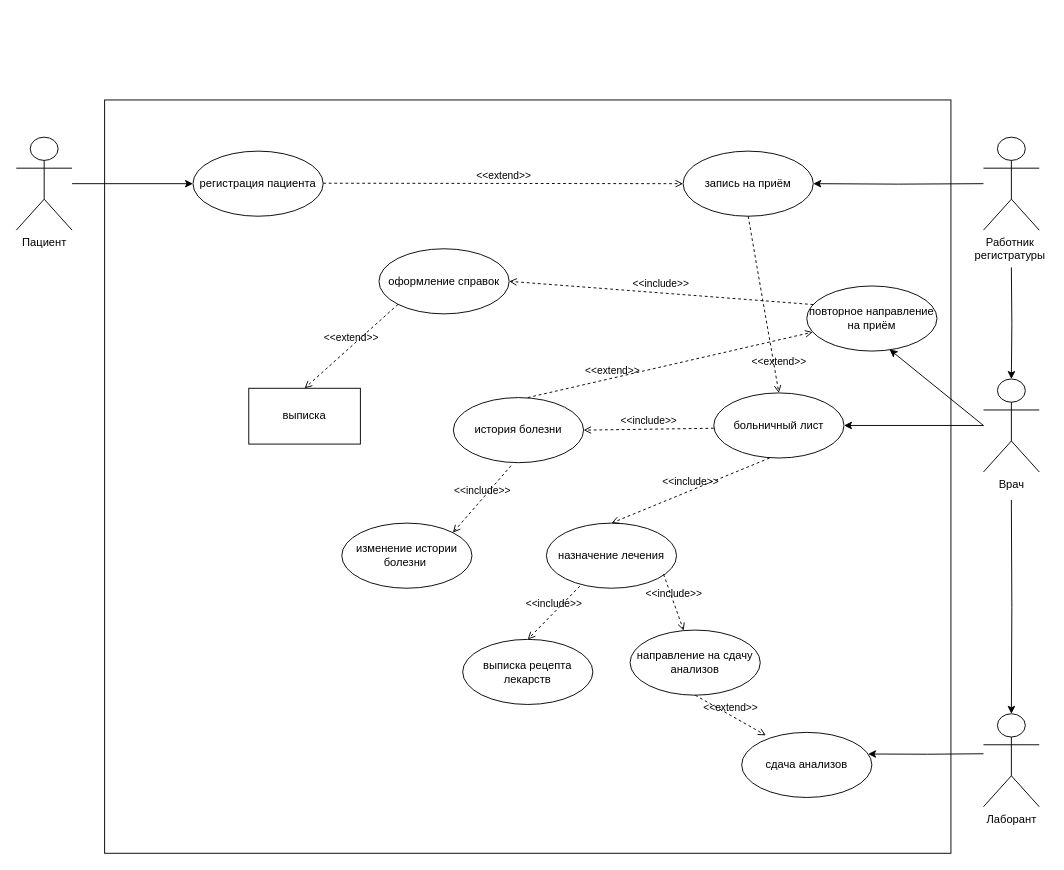
zzubkovaaa/use_case keeps this draw.io diagram as predm_polik.drawio. Above is the earlier version. Source tidied: cells renumbered, new cells numbered last; positions are measured from the earlier drawing's top-left corner, leaving out a move shared by most shapes. Both pictures are drawn from the tidied source at 93%, with x=0, y=0 at pixel (16, 100).
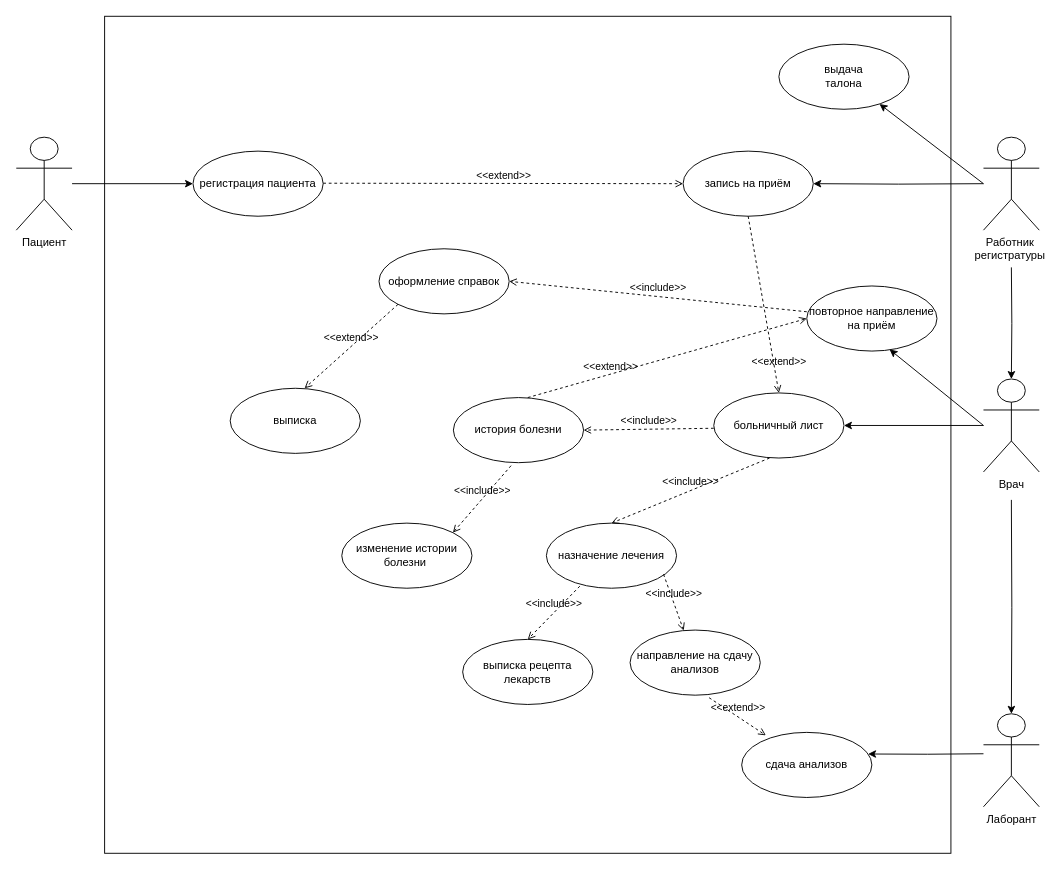
Above is the later version.

Unchanged cells that the change refers to:
```xml
<mxCell id="12" value="направление на сдачу анализов" style="ellipse;whiteSpace=wrap;html=1;" parent="1" vertex="1">
  <mxGeometry x="660" y="570" width="140" height="70" as="geometry" />
</mxCell>
<mxCell id="13" value="сдача анализов" style="ellipse;whiteSpace=wrap;html=1;" parent="1" vertex="1">
  <mxGeometry x="780" y="680" width="140" height="70" as="geometry" />
</mxCell>
<mxCell id="17" value="оформление справок" style="ellipse;whiteSpace=wrap;html=1;" parent="1" vertex="1">
  <mxGeometry x="390" y="160" width="140" height="70" as="geometry" />
</mxCell>
<mxCell id="31" value="повторное направление на приём" style="ellipse;whiteSpace=wrap;html=1;" parent="1" vertex="1">
  <mxGeometry x="850" y="200" width="140" height="70" as="geometry" />
</mxCell>
```

Diff of the diagram source:
```diff
@@
     <mxCell id="2" style="rounded=0;whiteSpace=wrap;html=1;" parent="1" vertex="1">
-      <mxGeometry x="95" width="910" height="810" as="geometry" />
+      <mxGeometry x="95" y="-90" width="910" height="900" as="geometry" />
     </mxCell>
@@
-    <mxCell id="30" value="&amp;lt;&amp;lt;extend&amp;gt;&amp;gt;" style="html=1;verticalAlign=bottom;labelBackgroundColor=none;endArrow=open;endFill=0;dashed=1;rounded=0;entryX=0.186;entryY=0.046;entryDx=0;entryDy=0;entryPerimeter=0;exitX=0.5;exitY=1;exitDx=0;exitDy=0;" parent="1" edge="1" source="12" target="13">
+    <mxCell id="30" value="&amp;lt;&amp;lt;extend&amp;gt;&amp;gt;" style="html=1;verticalAlign=bottom;labelBackgroundColor=none;endArrow=open;endFill=0;dashed=1;rounded=0;entryX=0.186;entryY=0.046;entryDx=0;entryDy=0;entryPerimeter=0;exitX=0.607;exitY=1.039;exitDx=0;exitDy=0;exitPerimeter=0;" parent="1" edge="1" source="12" target="13">
       <mxGeometry relative="1" as="geometry" />
     </mxCell>
@@
-    <mxCell id="33" value="&amp;lt;&amp;lt;extend&amp;gt;&amp;gt;" style="html=1;verticalAlign=bottom;labelBackgroundColor=none;endArrow=open;endFill=0;dashed=1;rounded=0;" parent="1" edge="1" target="31">
+    <mxCell id="33" value="&amp;lt;&amp;lt;extend&amp;gt;&amp;gt;" style="html=1;verticalAlign=bottom;labelBackgroundColor=none;endArrow=open;endFill=0;dashed=1;rounded=0;entryX=0;entryY=0.5;entryDx=0;entryDy=0;" parent="1" edge="1" target="31">
       <mxGeometry x="-0.41" y="-1" relative="1" as="geometry">
         <mxPoint x="550" y="320" as="sourcePoint" />
       </mxGeometry>
     </mxCell>
-    <mxCell id="34" value="&amp;lt;&amp;lt;include&amp;gt;&amp;gt;" style="html=1;verticalAlign=bottom;labelBackgroundColor=none;endArrow=open;endFill=0;dashed=1;rounded=0;entryX=1;entryY=0.5;entryDx=0;entryDy=0;" parent="1" edge="1" target="17">
-      <mxGeometry relative="1" as="geometry">
-        <mxPoint x="857" y="220" as="sourcePoint" />
-      </mxGeometry>
+    <mxCell id="34" value="&amp;lt;&amp;lt;include&amp;gt;&amp;gt;" style="html=1;verticalAlign=bottom;labelBackgroundColor=none;endArrow=open;endFill=0;dashed=1;rounded=0;entryX=1;entryY=0.5;entryDx=0;entryDy=0;exitX=0;exitY=0.396;exitDx=0;exitDy=0;exitPerimeter=0;" parent="1" edge="1" source="31" target="17">
+      <mxGeometry relative="1" as="geometry" />
     </mxCell>
+    <mxCell id="36" value="&amp;lt;&amp;lt;extend&amp;gt;&amp;gt;" style="html=1;verticalAlign=bottom;labelBackgroundColor=none;endArrow=open;endFill=0;dashed=1;rounded=0;entryX=0.5;entryY=0;entryDx=0;entryDy=0;exitX=0;exitY=1;exitDx=0;exitDy=0;" parent="1" edge="1" source="17">
+      <mxGeometry relative="1" as="geometry">
+        <mxPoint x="310" y="310" as="targetPoint" />
+      </mxGeometry>
+    </mxCell>
+    <mxCell id="37" value="выдача&lt;br&gt;талона&lt;br&gt;" style="ellipse;whiteSpace=wrap;html=1;" parent="1" vertex="1">
+      <mxGeometry x="820" y="-60" width="140" height="70" as="geometry" />
+    </mxCell>
+    <mxCell id="38" style="endArrow=classic;html=1;rounded=0;" parent="1" edge="1" target="37">
+      <mxGeometry relative="1" as="geometry">
+        <mxPoint x="1040" y="90" as="sourcePoint" />
+      </mxGeometry>
+    </mxCell>
-    <mxCell id="35" value="выписка" style="rounded=0;whiteSpace=wrap;html=1;" parent="1" vertex="1">
-      <mxGeometry x="250" y="310" width="120" height="60" as="geometry" />
+    <mxCell id="35" value="выписка" style="ellipse;whiteSpace=wrap;html=1;" parent="1" vertex="1">
+      <mxGeometry x="230" y="310" width="140" height="70" as="geometry" />
     </mxCell>
-    <mxCell id="36" value="&amp;lt;&amp;lt;extend&amp;gt;&amp;gt;" style="html=1;verticalAlign=bottom;labelBackgroundColor=none;endArrow=open;endFill=0;dashed=1;rounded=0;entryX=0.5;entryY=0;entryDx=0;entryDy=0;exitX=0;exitY=1;exitDx=0;exitDy=0;" parent="1" edge="1" source="17" target="35">
-      <mxGeometry relative="1" as="geometry" />
-    </mxCell>
```
